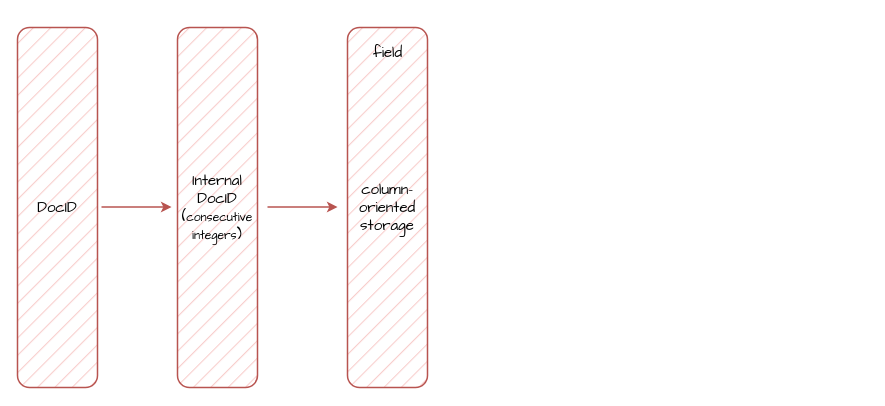
This is base/ES_DocValue格式.drawio from melonshell/draw.io, a draw.io file, before an edit. Source tidied: cells renumbered, new cells numbered last; positions are measured from the earlier drawing's top-left corner, leaving out a move shared by most shapes. Both pictures are drawn from the tidied source at 100%, with x=0, y=0 at pixel (17, 27).
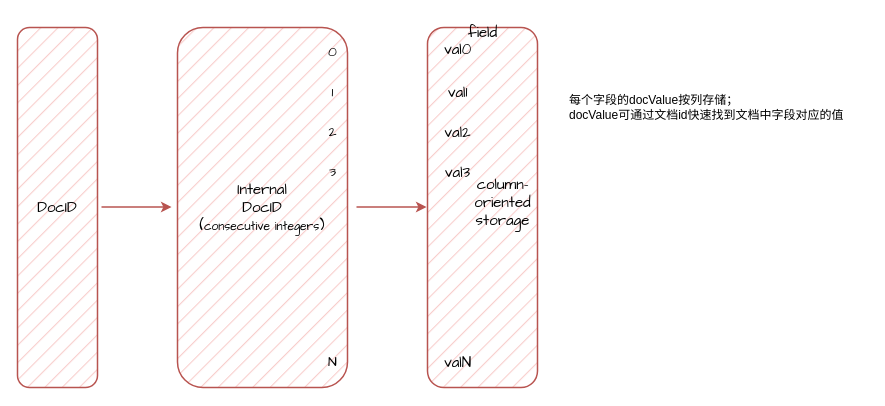
After the change.

The edit, as a diff of the source:
```diff
@@
     <mxCell id="3" value="&lt;div&gt;&lt;font face=&quot;Comic Sans MS&quot;&gt;&lt;span style=&quot;font-size: 15px;&quot;&gt;Internal&lt;/span&gt;&lt;/font&gt;&lt;/div&gt;&lt;font style=&quot;&quot;&gt;&lt;font face=&quot;Comic Sans MS&quot;&gt;&lt;span style=&quot;font-size: 15px;&quot;&gt;DocID&lt;/span&gt;&lt;/font&gt;&lt;/font&gt;&lt;div&gt;&lt;font face=&quot;Comic Sans MS&quot;&gt;&lt;span style=&quot;font-size: 15px;&quot;&gt;(&lt;/span&gt;&lt;font&gt;consecutive integers&lt;/font&gt;&lt;span style=&quot;font-size: 15px;&quot;&gt;)&lt;/span&gt;&lt;/font&gt;&lt;/div&gt;" style="rounded=1;whiteSpace=wrap;html=1;fillColor=#f8cecc;strokeColor=#b85450;fillStyle=hatch;strokeWidth=1.5;" parent="1" vertex="1">
-      <mxGeometry x="160" width="80" height="360" as="geometry" />
+      <mxGeometry x="160" width="170" height="360" as="geometry" />
     </mxCell>
@@
-    <mxCell id="5" value="&lt;div&gt;&lt;font face=&quot;Comic Sans MS&quot;&gt;&lt;span style=&quot;font-size: 15px;&quot;&gt;column-oriented storage&lt;/span&gt;&lt;/font&gt;&lt;/div&gt;" style="rounded=1;whiteSpace=wrap;html=1;fillColor=#f8cecc;strokeColor=#b85450;fillStyle=hatch;strokeWidth=1.5;" parent="1" vertex="1">
-      <mxGeometry x="330" width="80" height="360" as="geometry" />
+    <mxCell id="5" style="rounded=1;whiteSpace=wrap;html=1;fillColor=#f8cecc;strokeColor=#b85450;fillStyle=hatch;strokeWidth=1.5;" parent="1" vertex="1">
+      <mxGeometry x="410" width="110" height="360" as="geometry" />
     </mxCell>
     <mxCell id="6" value="&lt;font style=&quot;font-size: 15px;&quot; face=&quot;Comic Sans MS&quot;&gt;field&lt;/font&gt;" style="text;html=1;align=center;verticalAlign=middle;strokeColor=none;fillColor=none;" parent="1" vertex="1">
-      <mxGeometry x="340" y="10" width="60" height="30" as="geometry" />
+      <mxGeometry x="435" y="-10" width="60" height="30" as="geometry" />
     </mxCell>
     <mxCell id="7" style="endArrow=classic;html=1;rounded=0;strokeWidth=1.5;fillColor=#f8cecc;strokeColor=#b85450;" parent="1" edge="1">
       <mxGeometry relative="1" as="geometry">
-        <mxPoint x="250" y="179.5" as="sourcePoint" />
-        <mxPoint x="320" y="179.5" as="targetPoint" />
+        <mxPoint x="339" y="179.5" as="sourcePoint" />
+        <mxPoint x="409" y="179.5" as="targetPoint" />
       </mxGeometry>
     </mxCell>
+    <mxCell id="8" value="每个字段的docValue按列存储；&lt;div&gt;docValue可通过文档id快速找到文档中字段对应的值&lt;/div&gt;" style="text;html=1;align=left;verticalAlign=middle;strokeColor=none;fillColor=none;" parent="1" vertex="1">
+      <mxGeometry x="550" y="60" width="300" height="40" as="geometry" />
+    </mxCell>
+    <mxCell id="9" value="&lt;font style=&quot;font-size: 14px;&quot; face=&quot;Comic Sans MS&quot;&gt;0&lt;/font&gt;" style="text;html=1;align=center;verticalAlign=middle;strokeColor=none;fillColor=none;" parent="1" vertex="1">
+      <mxGeometry x="300" y="10" width="30" height="30" as="geometry" />
+    </mxCell>
+    <mxCell id="10" value="&lt;font style=&quot;font-size: 14px;&quot; face=&quot;Comic Sans MS&quot;&gt;1&lt;/font&gt;" style="text;html=1;align=center;verticalAlign=middle;strokeColor=none;fillColor=none;" parent="1" vertex="1">
+      <mxGeometry x="300" y="50" width="30" height="30" as="geometry" />
+    </mxCell>
+    <mxCell id="11" value="&lt;font style=&quot;font-size: 14px;&quot; face=&quot;Comic Sans MS&quot;&gt;2&lt;/font&gt;" style="text;html=1;align=center;verticalAlign=middle;strokeColor=none;fillColor=none;" parent="1" vertex="1">
+      <mxGeometry x="300" y="90" width="30" height="30" as="geometry" />
+    </mxCell>
+    <mxCell id="12" value="&lt;font style=&quot;font-size: 14px;&quot; face=&quot;Comic Sans MS&quot;&gt;3&lt;/font&gt;" style="text;html=1;align=center;verticalAlign=middle;strokeColor=none;fillColor=none;" parent="1" vertex="1">
+      <mxGeometry x="300" y="130" width="30" height="30" as="geometry" />
+    </mxCell>
+    <mxCell id="13" value="&lt;font style=&quot;font-size: 14px;&quot; face=&quot;Comic Sans MS&quot;&gt;N&lt;/font&gt;" style="text;html=1;align=center;verticalAlign=middle;strokeColor=none;fillColor=none;" parent="1" vertex="1">
+      <mxGeometry x="300" y="320" width="30" height="30" as="geometry" />
+    </mxCell>
+    <mxCell id="14" value="&lt;span style=&quot;font-family: &amp;quot;Comic Sans MS&amp;quot;; font-size: 15px; text-wrap-mode: wrap;&quot;&gt;column-oriented storage&lt;/span&gt;" style="text;html=1;align=center;verticalAlign=middle;strokeColor=none;fillColor=none;" parent="1" vertex="1">
+      <mxGeometry x="390" y="160" width="190" height="30" as="geometry" />
+    </mxCell>
+    <mxCell id="15" value="&lt;font face=&quot;Comic Sans MS&quot;&gt;&lt;span style=&quot;font-size: 15px;&quot;&gt;val0&lt;/span&gt;&lt;/font&gt;" style="text;html=1;align=center;verticalAlign=middle;strokeColor=none;fillColor=none;" parent="1" vertex="1">
+      <mxGeometry x="415" y="7" width="50" height="30" as="geometry" />
+    </mxCell>
+    <mxCell id="16" value="&lt;font face=&quot;Comic Sans MS&quot;&gt;&lt;span style=&quot;font-size: 15px;&quot;&gt;val1&lt;/span&gt;&lt;/font&gt;" style="text;html=1;align=center;verticalAlign=middle;strokeColor=none;fillColor=none;" parent="1" vertex="1">
+      <mxGeometry x="415" y="50" width="50" height="30" as="geometry" />
+    </mxCell>
+    <mxCell id="17" value="&lt;font face=&quot;Comic Sans MS&quot;&gt;&lt;span style=&quot;font-size: 15px;&quot;&gt;val2&lt;/span&gt;&lt;/font&gt;" style="text;html=1;align=center;verticalAlign=middle;strokeColor=none;fillColor=none;" parent="1" vertex="1">
+      <mxGeometry x="415" y="90" width="50" height="30" as="geometry" />
+    </mxCell>
+    <mxCell id="18" value="&lt;font face=&quot;Comic Sans MS&quot;&gt;&lt;span style=&quot;font-size: 15px;&quot;&gt;val3&lt;/span&gt;&lt;/font&gt;" style="text;html=1;align=center;verticalAlign=middle;strokeColor=none;fillColor=none;" parent="1" vertex="1">
+      <mxGeometry x="415" y="130" width="50" height="30" as="geometry" />
+    </mxCell>
+    <mxCell id="19" value="&lt;font face=&quot;Comic Sans MS&quot;&gt;&lt;span style=&quot;font-size: 15px;&quot;&gt;valN&lt;/span&gt;&lt;/font&gt;" style="text;html=1;align=center;verticalAlign=middle;strokeColor=none;fillColor=none;" parent="1" vertex="1">
+      <mxGeometry x="415" y="320" width="50" height="30" as="geometry" />
+    </mxCell>
```
